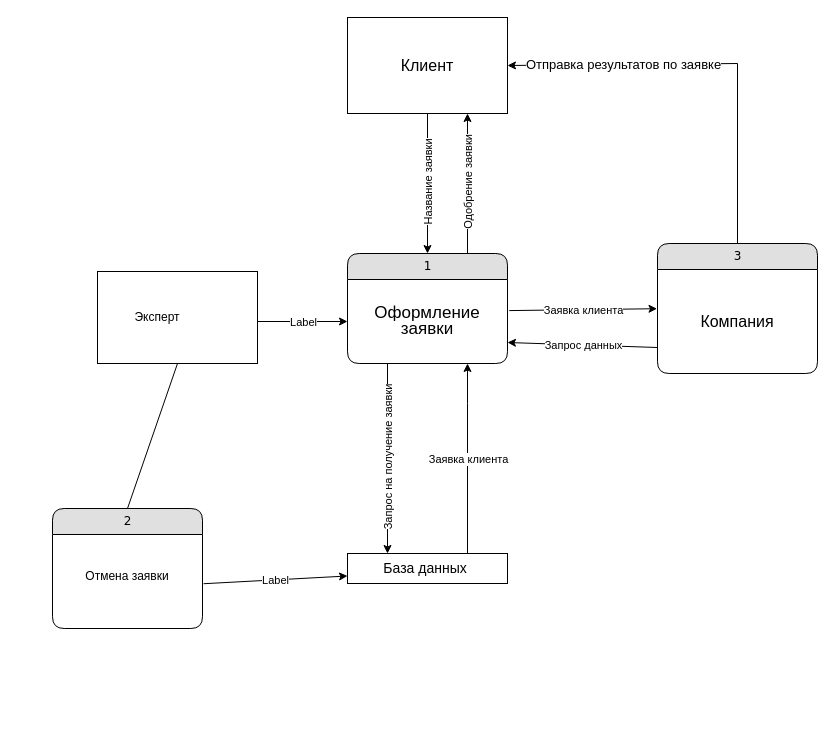
The draw.io diagram Data_flow_diagram.drawio in Progragor1/blablba, before the edit. Source tidied: cells renumbered, new cells numbered last; positions are measured from the earlier drawing's top-left corner, leaving out a move shared by most shapes. Both pictures are drawn from the tidied source at 100%, with x=0, y=0 at pixel (52, 17).
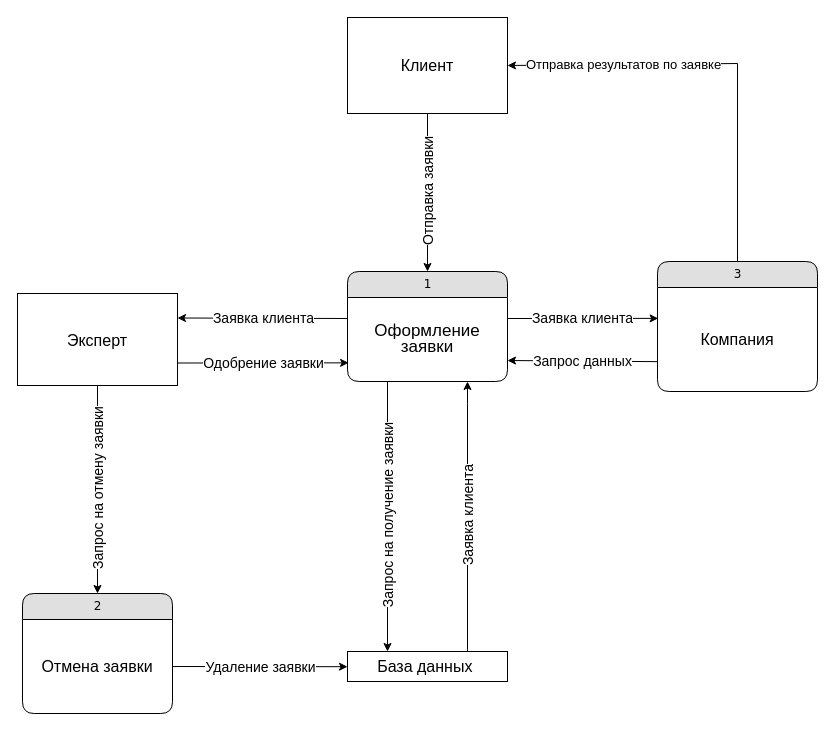
Above is the later version.

Unchanged cells that the change refers to:
```xml
<mxCell id="3" value="&lt;font style=&quot;font-size: 16px;&quot;&gt;Компания&lt;/font&gt;" style="text;html=1;strokeColor=none;fillColor=none;align=center;verticalAlign=middle;whiteSpace=wrap;rounded=0;" parent="2" vertex="1">
  <mxGeometry y="26" width="160" height="104" as="geometry" />
</mxCell>
<mxCell id="5" value="&lt;p style=&quot;line-height: 121%;&quot;&gt;&lt;font style=&quot;font-size: 17px;&quot;&gt;Оформление заявки&lt;/font&gt;&lt;/p&gt;" style="text;html=1;strokeColor=none;fillColor=none;align=center;verticalAlign=middle;whiteSpace=wrap;rounded=0;strokeWidth=1;" parent="4" vertex="1">
  <mxGeometry y="26" width="160" height="84" as="geometry" />
</mxCell>
<mxCell id="8" style="rounded=0;whiteSpace=wrap;html=1;" parent="1" vertex="1">
  <mxGeometry x="295" width="160" height="96" as="geometry" />
</mxCell>
<mxCell id="10" style="endArrow=classic;html=1;rounded=0;entryX=0.5;entryY=0;entryDx=0;entryDy=0;exitX=0.5;exitY=1;exitDx=0;exitDy=0;" parent="1" edge="1" source="8" target="4">
  <mxGeometry relative="1" as="geometry" />
</mxCell>
<mxCell id="12" style="endArrow=classic;html=1;rounded=0;exitX=0.25;exitY=1;exitDx=0;exitDy=0;entryX=0.25;entryY=0;entryDx=0;entryDy=0;" parent="1" edge="1" source="5" target="15">
  <mxGeometry relative="1" as="geometry" />
</mxCell>
<mxCell id="16" style="endArrow=classic;html=1;rounded=0;exitX=0.75;exitY=0;exitDx=0;exitDy=0;entryX=0.75;entryY=1;entryDx=0;entryDy=0;" parent="1" edge="1" source="15" target="5">
  <mxGeometry relative="1" as="geometry">
    <Array as="points">
      <mxPoint x="415" y="386" />
    </Array>
  </mxGeometry>
</mxCell>
```

Change to the diagram source:
```diff
@@
     <mxCell id="2" value="3" style="swimlane;html=1;fontStyle=0;horizontal=1;startSize=26;fillColor=#e0e0e0;swimlaneFillColor=#ffffff;align=center;rounded=1;shadow=0;comic=0;labelBackgroundColor=none;strokeWidth=1;fontFamily=Verdana;fontSize=12;" parent="1" vertex="1">
-      <mxGeometry x="605" y="226" width="160" height="130" as="geometry" />
+      <mxGeometry x="605" y="244" width="160" height="130" as="geometry" />
     </mxCell>
@@
     <mxCell id="4" value="1" style="swimlane;html=1;fontStyle=0;horizontal=1;startSize=26;fillColor=#e0e0e0;swimlaneFillColor=#ffffff;align=center;rounded=1;shadow=0;comic=0;labelBackgroundColor=none;strokeWidth=1;fontFamily=Verdana;fontSize=12;" parent="1" vertex="1">
-      <mxGeometry x="295" y="236" width="160" height="110" as="geometry" />
+      <mxGeometry x="295" y="254" width="160" height="110" as="geometry" />
     </mxCell>
@@
     <mxCell id="6" value="2" style="swimlane;html=1;fontStyle=0;horizontal=1;startSize=26;fillColor=#e0e0e0;swimlaneFillColor=#ffffff;align=center;rounded=1;shadow=0;comic=0;labelBackgroundColor=none;strokeWidth=1;fontFamily=Verdana;fontSize=12;" parent="1" vertex="1">
-      <mxGeometry y="491" width="150" height="120" as="geometry" />
+      <mxGeometry x="-30" y="576" width="150" height="120" as="geometry" />
     </mxCell>
-    <mxCell id="7" value="Отмена заявки" style="text;html=1;strokeColor=none;fillColor=none;align=center;verticalAlign=middle;whiteSpace=wrap;rounded=0;" parent="6" vertex="1">
-      <mxGeometry y="26" width="150" height="84" as="geometry" />
+    <mxCell id="7" value="&lt;font style=&quot;font-size: 16px;&quot;&gt;Отмена заявки&lt;/font&gt;" style="text;html=1;strokeColor=none;fillColor=none;align=center;verticalAlign=middle;whiteSpace=wrap;rounded=0;" parent="6" vertex="1">
+      <mxGeometry y="26" width="150" height="94" as="geometry" />
     </mxCell>
@@
-    <mxCell id="9" value="&lt;font style=&quot;font-size: 16px;&quot;&gt;Клиент&lt;/font&gt;" style="text;html=1;strokeColor=none;fillColor=none;align=center;verticalAlign=middle;whiteSpace=wrap;rounded=0;" parent="1" vertex="1">
+    <mxCell id="9" value="&lt;font style=&quot;font-size: 16px;&quot;&gt;Клиент&lt;/font&gt;" style="text;html=1;strokeColor=none;fillColor=none;align=center;verticalAlign=middle;whiteSpace=wrap;rounded=0;fontSize=16;" parent="1" vertex="1">
       <mxGeometry x="345" y="33" width="60" height="30" as="geometry" />
     </mxCell>
@@
-    <mxCell id="11" value="Название заявки" style="edgeLabel;html=1;align=center;verticalAlign=middle;rotation=270;" parent="10" vertex="1">
+    <mxCell id="11" value="Отправка заявки" style="edgeLabel;html=1;align=center;verticalAlign=middle;rotation=270;fontSize=14;" parent="10" vertex="1">
       <mxGeometry relative="1" as="geometry" />
     </mxCell>
@@
-    <mxCell id="13" value="Запрос на получение заявки" style="edgeLabel;html=1;align=center;verticalAlign=middle;rotation=270;" parent="12" vertex="1">
+    <mxCell id="13" value="Запрос на получение заявки" style="edgeLabel;html=1;align=center;verticalAlign=middle;rotation=270;fontSize=14;" parent="12" vertex="1">
       <mxGeometry relative="1" as="geometry" />
     </mxCell>
     <mxCell id="14" style="rounded=0;whiteSpace=wrap;html=1;" parent="1" vertex="1">
-      <mxGeometry x="295" y="536" width="160" height="30" as="geometry" />
+      <mxGeometry x="295" y="634" width="160" height="30" as="geometry" />
     </mxCell>
-    <mxCell id="15" value="&lt;font style=&quot;font-size: 14px;&quot;&gt;База данных&amp;nbsp;&lt;/font&gt;" style="text;html=1;strokeColor=none;fillColor=none;align=center;verticalAlign=middle;whiteSpace=wrap;rounded=0;" parent="1" vertex="1">
-      <mxGeometry x="295" y="536" width="160" height="30" as="geometry" />
+    <mxCell id="15" value="&lt;font style=&quot;font-size: 16px;&quot;&gt;База данных&amp;nbsp;&lt;/font&gt;" style="text;html=1;strokeColor=none;fillColor=none;align=center;verticalAlign=middle;whiteSpace=wrap;rounded=0;" parent="1" vertex="1">
+      <mxGeometry x="295" y="634" width="160" height="30" as="geometry" />
     </mxCell>
@@
-    <mxCell id="17" value="Заявка клиента" style="edgeLabel;html=1;align=center;verticalAlign=middle;" parent="16" vertex="1">
+    <mxCell id="17" value="Заявка клиента" style="edgeLabel;html=1;align=center;verticalAlign=middle;fontSize=14;rotation=270;" parent="16" vertex="1">
       <mxGeometry relative="1" as="geometry" />
     </mxCell>
     <mxCell id="18" style="rounded=0;whiteSpace=wrap;html=1;" parent="1" vertex="1">
-      <mxGeometry x="45" y="254" width="160" height="92" as="geometry" />
+      <mxGeometry x="-35" y="276" width="160" height="92" as="geometry" />
     </mxCell>
-    <mxCell id="19" value="Эксперт" style="text;html=1;strokeColor=none;fillColor=none;align=center;verticalAlign=middle;whiteSpace=wrap;rounded=0;" parent="1" vertex="1">
-      <mxGeometry x="75" y="285" width="60" height="30" as="geometry" />
+    <mxCell id="19" value="&lt;font style=&quot;font-size: 16px;&quot;&gt;Эксперт&lt;/font&gt;" style="text;html=1;strokeColor=none;fillColor=none;align=center;verticalAlign=middle;whiteSpace=wrap;rounded=0;" parent="1" vertex="1">
+      <mxGeometry x="-35" y="278" width="160" height="90" as="geometry" />
     </mxCell>
-    <mxCell id="20" style="endArrow=classic;html=1;rounded=0;" parent="1" edge="1">
-      <mxGeometry relative="1" as="geometry">
-        <mxPoint x="205" y="304" as="sourcePoint" />
-        <mxPoint x="295" y="304" as="targetPoint" />
-      </mxGeometry>
-    </mxCell>
-    <mxCell id="21" value="Label" style="edgeLabel;html=1;align=center;verticalAlign=middle;" parent="20" vertex="1">
-      <mxGeometry relative="1" as="geometry" />
-    </mxCell>
-    <mxCell id="22" style="endArrow=classic;html=1;rounded=0;exitX=1.007;exitY=0.586;exitDx=0;exitDy=0;exitPerimeter=0;entryX=0;entryY=0.75;entryDx=0;entryDy=0;" parent="1" edge="1" source="7" target="15">
+    <mxCell id="22" style="endArrow=classic;html=1;rounded=0;exitX=1;exitY=0.5;exitDx=0;exitDy=0;entryX=0;entryY=0.507;entryDx=0;entryDy=0;entryPerimeter=0;" parent="1" edge="1" source="7" target="15">
       <mxGeometry relative="1" as="geometry" />
     </mxCell>
-    <mxCell id="23" value="Label" style="edgeLabel;html=1;align=center;verticalAlign=middle;" parent="22" vertex="1">
+    <mxCell id="23" value="Удаление заявки" style="edgeLabel;html=1;align=center;verticalAlign=middle;fontSize=14;" parent="22" vertex="1">
       <mxGeometry relative="1" as="geometry" />
     </mxCell>
-    <mxCell id="24" style="endArrow=none;html=1;rounded=0;entryX=0.5;entryY=1;entryDx=0;entryDy=0;exitX=0.5;exitY=0;exitDx=0;exitDy=0;" parent="1" edge="1" source="6" target="18">
-      <mxGeometry relative="1" as="geometry" />
-    </mxCell>
-    <mxCell id="25" style="endArrow=classic;html=1;rounded=0;exitX=1.011;exitY=0.37;exitDx=0;exitDy=0;exitPerimeter=0;entryX=-0.003;entryY=0.377;entryDx=0;entryDy=0;entryPerimeter=0;" parent="1" edge="1" source="5" target="3">
+    <mxCell id="25" style="endArrow=classic;html=1;rounded=0;exitX=1;exitY=0.25;exitDx=0;exitDy=0;entryX=0.004;entryY=0.297;entryDx=0;entryDy=0;entryPerimeter=0;" parent="1" edge="1" source="5" target="3">
       <mxGeometry relative="1" as="geometry" />
     </mxCell>
-    <mxCell id="26" value="Заявка клиента" style="edgeLabel;html=1;align=center;verticalAlign=middle;" parent="25" vertex="1">
+    <mxCell id="26" value="Заявка клиента" style="edgeLabel;html=1;align=center;verticalAlign=middle;fontSize=14;" parent="25" vertex="1">
       <mxGeometry relative="1" as="geometry" />
     </mxCell>
@@
-    <mxCell id="30" style="endArrow=classic;html=1;rounded=0;entryX=0.75;entryY=1;entryDx=0;entryDy=0;exitX=0.75;exitY=0;exitDx=0;exitDy=0;" parent="1" edge="1" source="4" target="8">
-      <mxGeometry relative="1" as="geometry" />
-    </mxCell>
-    <mxCell id="31" value="Одобрение заявки" style="edgeLabel;html=1;align=center;verticalAlign=middle;rotation=270;" parent="30" vertex="1">
-      <mxGeometry relative="1" as="geometry" />
-    </mxCell>
-    <mxCell id="32" style="endArrow=classic;html=1;rounded=0;exitX=0;exitY=0.75;exitDx=0;exitDy=0;entryX=1;entryY=0.75;entryDx=0;entryDy=0;" parent="1" edge="1" source="3" target="5">
+    <mxCell id="32" style="endArrow=classic;html=1;rounded=0;exitX=-0.003;exitY=0.713;exitDx=0;exitDy=0;entryX=1;entryY=0.75;entryDx=0;entryDy=0;exitPerimeter=0;" parent="1" edge="1" source="3" target="5">
       <mxGeometry relative="1" as="geometry" />
     </mxCell>
-    <mxCell id="33" value="Запрос данных" style="edgeLabel;html=1;align=center;verticalAlign=middle;" parent="32" vertex="1">
+    <mxCell id="33" value="Запрос данных" style="edgeLabel;html=1;align=center;verticalAlign=middle;fontSize=14;" parent="32" vertex="1">
       <mxGeometry relative="1" as="geometry" />
     </mxCell>
+    <mxCell id="34" style="endArrow=classic;html=1;rounded=0;exitX=0.5;exitY=1;exitDx=0;exitDy=0;entryX=0.5;entryY=0;entryDx=0;entryDy=0;" parent="1" edge="1" source="18" target="6">
+      <mxGeometry relative="1" as="geometry" />
+    </mxCell>
+    <mxCell id="35" value="&lt;font style=&quot;font-size: 14px;&quot;&gt;Запрос на отмену заявки&lt;/font&gt;" style="edgeLabel;html=1;align=center;verticalAlign=middle;rotation=270;" parent="34" vertex="1">
+      <mxGeometry relative="1" as="geometry" />
+    </mxCell>
+    <mxCell id="36" style="endArrow=classic;html=1;rounded=0;entryX=0.007;entryY=0.778;entryDx=0;entryDy=0;exitX=1;exitY=0.75;exitDx=0;exitDy=0;entryPerimeter=0;" parent="1" edge="1" source="19" target="5">
+      <mxGeometry relative="1" as="geometry" />
+    </mxCell>
+    <mxCell id="31" value="Одобрение заявки" style="edgeLabel;html=1;align=center;verticalAlign=middle;fontSize=14;" parent="36" vertex="1">
+      <mxGeometry relative="1" as="geometry" />
+    </mxCell>
+    <mxCell id="37" style="endArrow=classic;html=1;rounded=0;exitX=0;exitY=0.25;exitDx=0;exitDy=0;entryX=1;entryY=0.25;entryDx=0;entryDy=0;" parent="1" edge="1" source="5" target="19">
+      <mxGeometry relative="1" as="geometry" />
+    </mxCell>
+    <mxCell id="38" value="Заявка клиента" style="edgeLabel;html=1;align=center;verticalAlign=middle;fontSize=14;" parent="37" vertex="1">
+      <mxGeometry relative="1" as="geometry" />
+    </mxCell>
```
